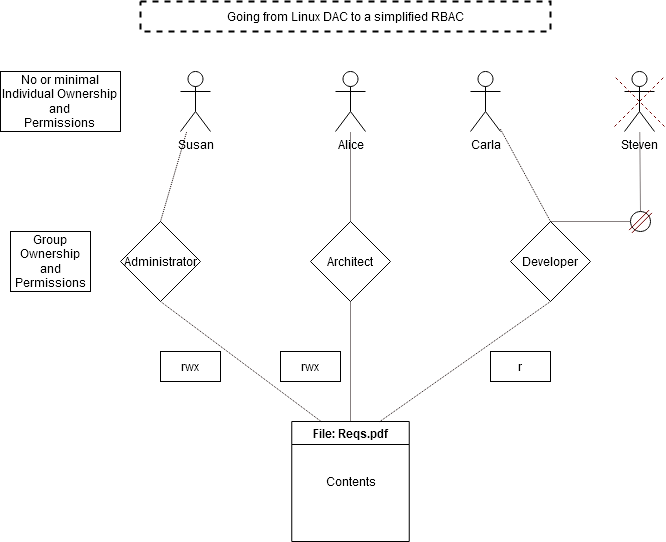
Before: Linux Filesystem test RBAC.png, a diagram exported from draw.io (Nobel-CS/RBAC_test). Source tidied: cells renumbered, new cells last; positions are measured from the earlier drawing's top-left corner, leaving out a move shared by most shapes.
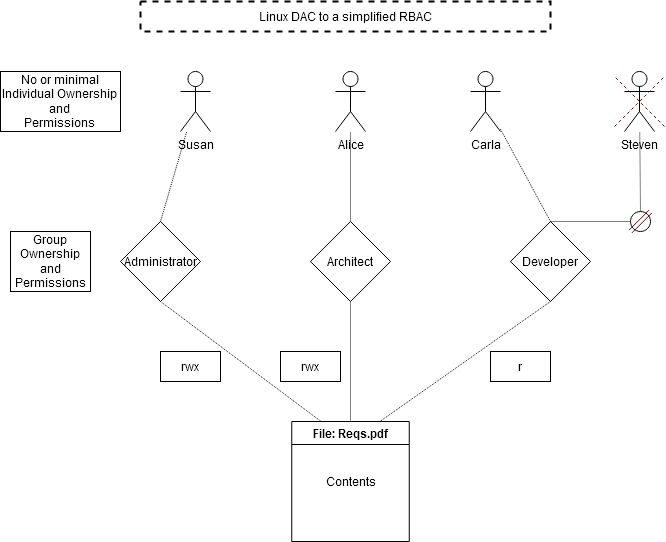
Later version of the same file.

The edit, as a diff of the source:
```diff
@@ -89,7 +89,7 @@
     <mxCell id="27" value="&lt;div&gt;No or minimal Individual Ownership &lt;br&gt;&lt;/div&gt;&lt;div&gt;and &lt;br&gt;&lt;/div&gt;&lt;div&gt;Permissions&lt;br&gt;&lt;/div&gt;" style="text;html=1;strokeColor=default;fillColor=none;align=center;verticalAlign=middle;whiteSpace=wrap;rounded=0;" parent="1" vertex="1">
       <mxGeometry y="70" width="120" height="60" as="geometry" />
     </mxCell>
-    <mxCell id="28" value="Going from Linux DAC to a simplified RBAC " style="text;html=1;strokeColor=default;fillColor=none;align=center;verticalAlign=middle;whiteSpace=wrap;rounded=0;dashed=1;strokeWidth=2;" parent="1" vertex="1">
+    <mxCell id="28" value="Linux DAC to a simplified RBAC " style="text;html=1;strokeColor=default;fillColor=none;align=center;verticalAlign=middle;whiteSpace=wrap;rounded=0;dashed=1;strokeWidth=2;" parent="1" vertex="1">
       <mxGeometry x="140" width="410" height="30" as="geometry" />
     </mxCell>
   </root>
```
